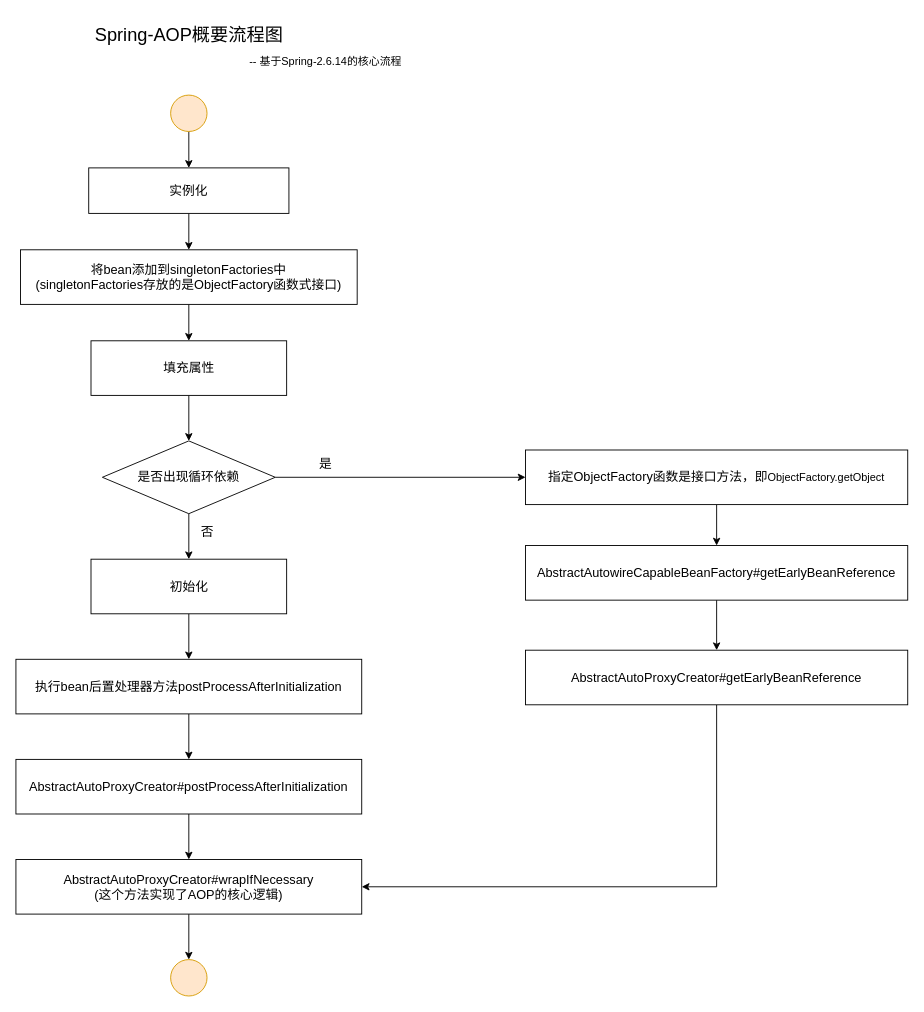
yinyg/notes keeps this draw.io diagram as springboot/images/Spring-AOP概要流程图.drawio. Above is the earlier version. Source tidied: cells renumbered, new cells numbered last; positions are measured from the earlier drawing's top-left corner, leaving out a move shared by most shapes. Both pictures are drawn from the tidied source at 91%, with x=0, y=0 at pixel (15, 15).
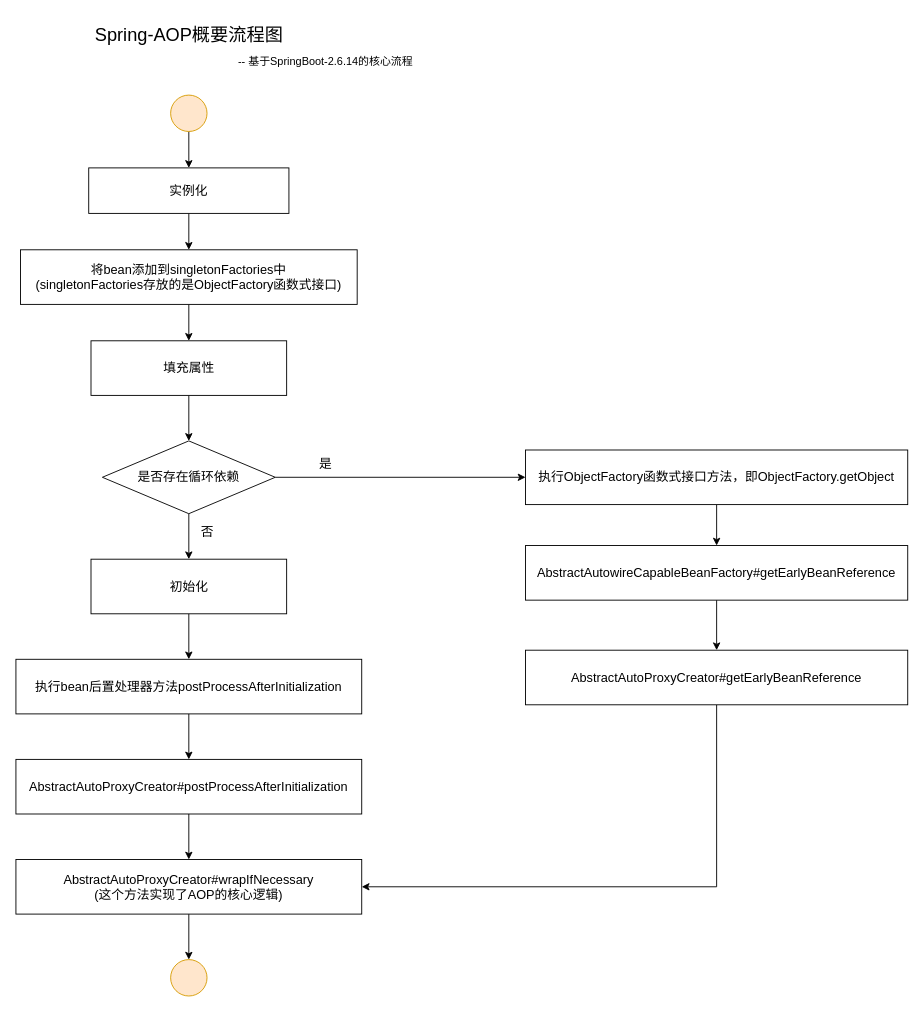
The same page after the edit.

Commit message:
更新Spring-AOP概要流程图.drawio

What changed in the source:
```diff
@@
-    <mxCell id="12" value="&lt;font style=&quot;font-size: 14px;&quot;&gt;是否出现循环依赖&lt;/font&gt;" style="rhombus;whiteSpace=wrap;html=1;" parent="1" vertex="1">
+    <mxCell id="12" value="&lt;font style=&quot;font-size: 14px;&quot;&gt;是否存在循环依赖&lt;/font&gt;" style="rhombus;whiteSpace=wrap;html=1;" parent="1" vertex="1">
       <mxGeometry x="95" y="467" width="190" height="80" as="geometry" />
     </mxCell>
@@
-    <mxCell id="23" value="&lt;font style=&quot;font-size: 14px;&quot;&gt;指定ObjectFactory函数是接口方法，即&lt;/font&gt;ObjectFactory.getObject" style="rounded=0;whiteSpace=wrap;html=1;" parent="1" vertex="1">
+    <mxCell id="23" value="&lt;font style=&quot;font-size: 14px;&quot;&gt;&lt;font style=&quot;font-size: 14px;&quot;&gt;执行ObjectFactory函数式接口方法，即&lt;/font&gt;ObjectFactory.getObject&lt;/font&gt;" style="rounded=0;whiteSpace=wrap;html=1;" parent="1" vertex="1">
       <mxGeometry x="560" y="477" width="420" height="60" as="geometry" />
     </mxCell>
@@
-    <mxCell id="31" value="-- 基于Spring-2.6.14的核心流程" style="text;html=1;align=center;verticalAlign=middle;strokeColor=none;fillColor=none;" parent="1" vertex="1">
-      <mxGeometry x="245" y="35" width="190" height="30" as="geometry" />
+    <mxCell id="31" value="-- 基于SpringBoot-2.6.14的核心流程" style="text;html=1;align=center;verticalAlign=middle;strokeColor=none;fillColor=none;" parent="1" vertex="1">
+      <mxGeometry x="230" y="35" width="220" height="30" as="geometry" />
     </mxCell>
```
